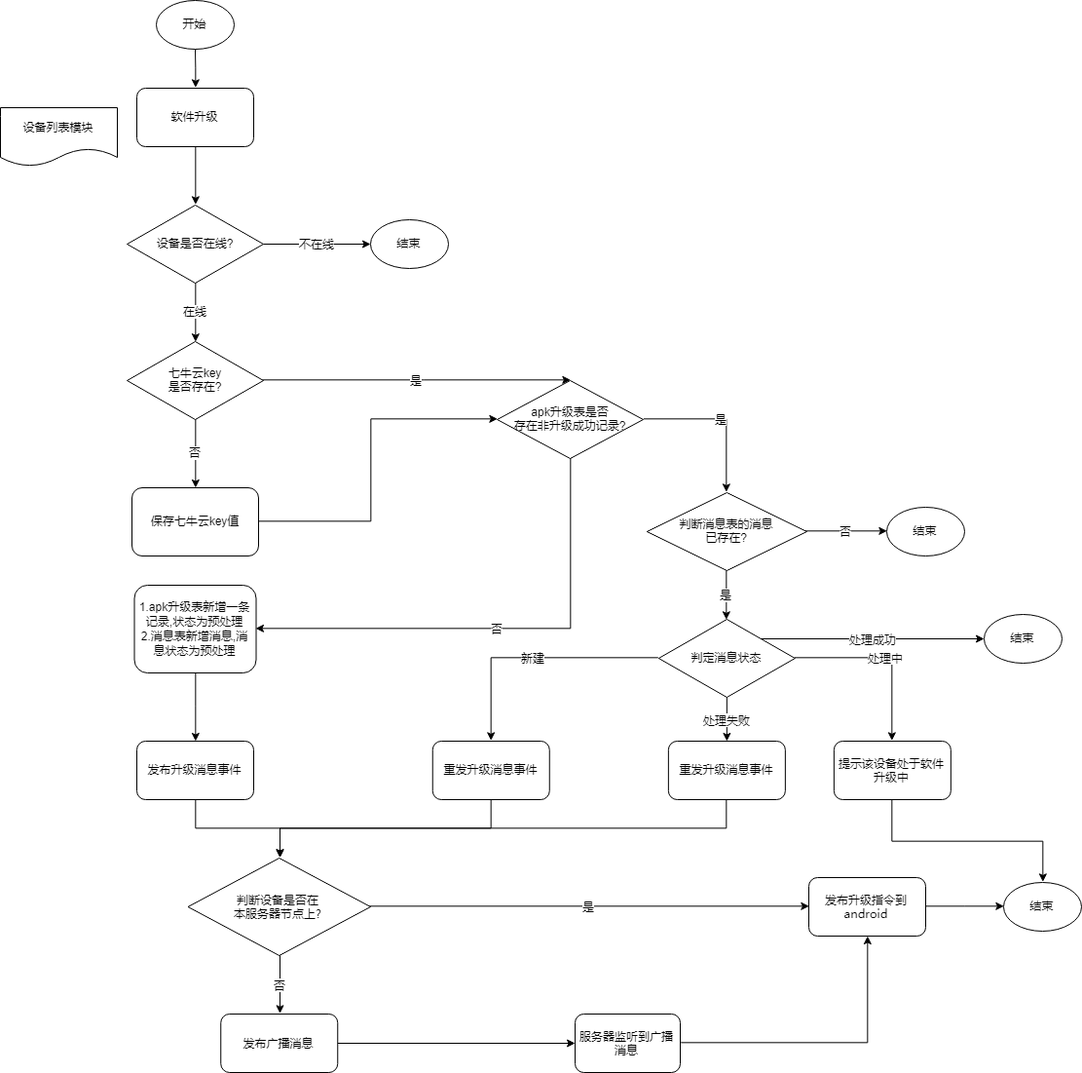
The draw.io diagram 流程图-软件升级.png in wanweikang/flowchart, before a commit. Source tidied: cells renumbered, new cells last; positions are measured from the earlier drawing's top-left corner, leaving out a move shared by most shapes.
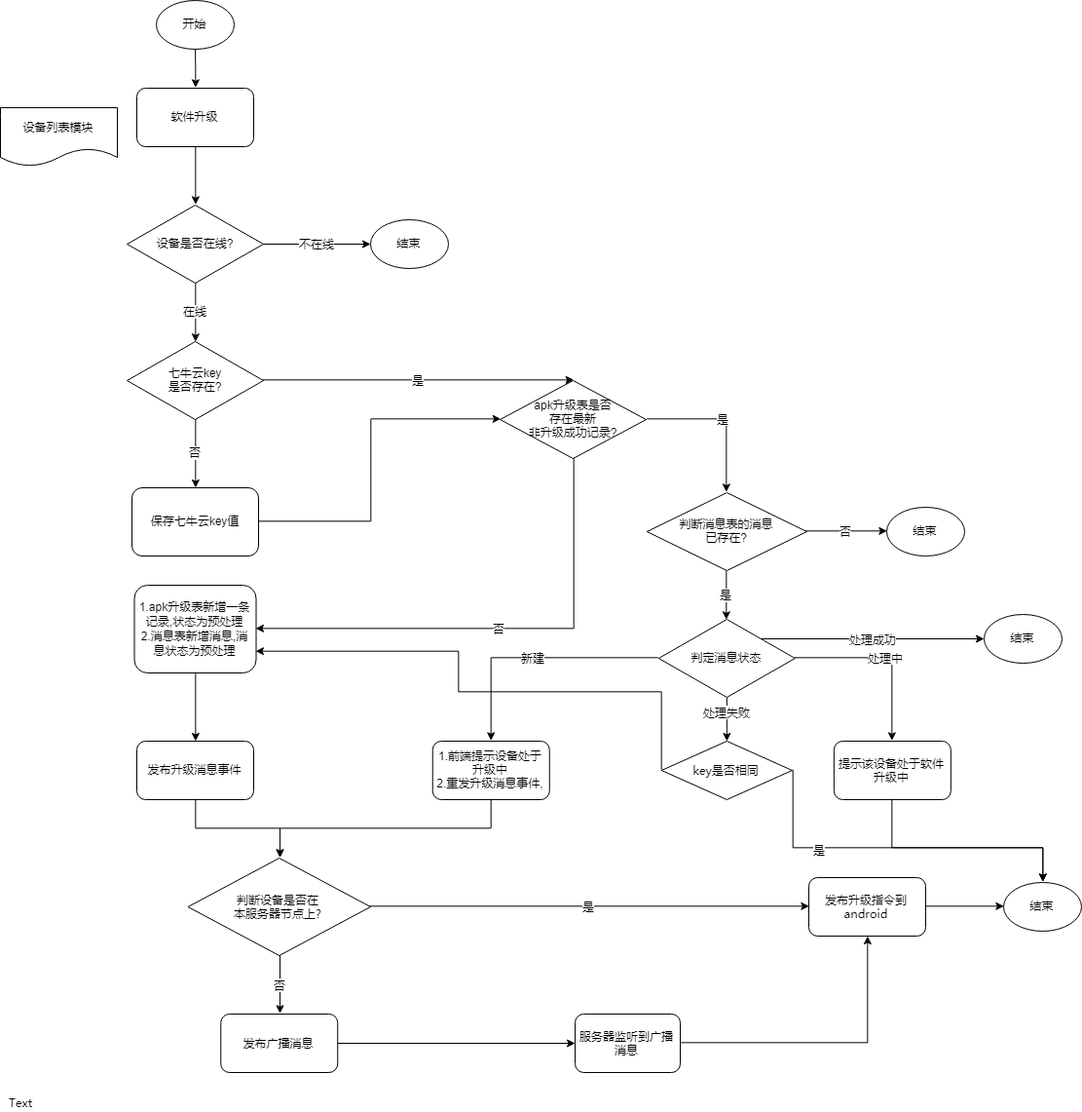
After the change.

Commit message:
Added 流程图-软件升级.png

What changed in the source:
```diff
@@ -36,8 +36,8 @@
     <mxCell id="11" value="否" style="edgeStyle=orthogonalEdgeStyle;rounded=0;jettySize=auto;html=1;exitX=0.5;exitY=1;exitDx=0;exitDy=0;entryX=1;entryY=0.5;entryDx=0;entryDy=0;fontFamily=Garamond;" parent="1" edge="1" source="12" target="47">
       <mxGeometry relative="1" as="geometry" />
     </mxCell>
-    <mxCell id="12" value="apk升级表是否&lt;br&gt;存在非升级成功记录?" style="rhombus;whiteSpace=wrap;html=1;" parent="1" vertex="1">
-      <mxGeometry x="510" y="390" width="150" height="80" as="geometry" />
+    <mxCell id="12" value="apk升级表是否&lt;br&gt;存在最新&lt;br&gt;非升级成功记录?" style="rhombus;whiteSpace=wrap;html=1;" parent="1" vertex="1">
+      <mxGeometry x="513" y="390" width="150" height="80" as="geometry" />
     </mxCell>
     <mxCell id="13" value="是" style="edgeStyle=orthogonalEdgeStyle;rounded=0;jettySize=auto;html=1;" parent="1" edge="1" source="15" target="18">
       <mxGeometry relative="1" as="geometry" />
@@ -91,17 +91,22 @@
     <mxCell id="27" style="edgeStyle=orthogonalEdgeStyle;rounded=0;jettySize=auto;html=1;exitX=0.5;exitY=1;exitDx=0;exitDy=0;entryX=0.5;entryY=0;entryDx=0;entryDy=0;fontFamily=Garamond;" parent="1" edge="1" source="28" target="38">
       <mxGeometry relative="1" as="geometry" />
     </mxCell>
-    <mxCell id="28" value="重发升级消息事件" style="rounded=1;whiteSpace=wrap;html=1;" parent="1" vertex="1">
+    <mxCell id="28" value="1.前端提示设备处于升级中&lt;br&gt;2.重发升级消息事件," style="rounded=1;whiteSpace=wrap;html=1;" parent="1" vertex="1">
       <mxGeometry x="443.8" y="760" width="120" height="60" as="geometry" />
     </mxCell>
-    <mxCell id="29" value="处理失败" style="endArrow=classic;html=1;fontFamily=Garamond;entryX=0.5;entryY=0;entryDx=0;entryDy=0;exitX=0.5;exitY=1;exitDx=0;exitDy=0;" parent="1" edge="1" source="18" target="35">
-      <mxGeometry relative="1" as="geometry" />
+    <mxCell id="29" value="处理失败" style="endArrow=classic;html=1;fontFamily=Garamond;entryX=0.5;entryY=0;entryDx=0;entryDy=0;exitX=0.5;exitY=1;exitDx=0;exitDy=0;" parent="1" edge="1" source="18" target="52">
+      <mxGeometry x="-0.33" relative="1" as="geometry" />
     </mxCell>
     <mxCell id="30" value="结束" style="ellipse;whiteSpace=wrap;html=1;" parent="1" vertex="1">
       <mxGeometry x="1010" y="630" width="80" height="50" as="geometry" />
     </mxCell>
     <mxCell id="31" style="edgeStyle=orthogonalEdgeStyle;rounded=0;jettySize=auto;html=1;exitX=0.5;exitY=1;exitDx=0;exitDy=0;entryX=0.5;entryY=0;entryDx=0;entryDy=0;fontFamily=Garamond;" parent="1" edge="1" source="32" target="45">
-      <mxGeometry relative="1" as="geometry" />
+      <mxGeometry relative="1" as="geometry">
+        <Array as="points">
+          <mxPoint x="915" y="869" />
+          <mxPoint x="1070" y="869" />
+        </Array>
+      </mxGeometry>
     </mxCell>
     <mxCell id="32" value="提示该设备处于软件升级中" style="rounded=1;whiteSpace=wrap;html=1;fontFamily=Garamond;" parent="1" vertex="1">
       <mxGeometry x="855.9" y="760" width="120" height="60" as="geometry" />
@@ -109,12 +114,6 @@
     <mxCell id="33" value="处理成功" style="endArrow=classic;html=1;fontFamily=Garamond;exitX=1;exitY=0;exitDx=0;exitDy=0;entryX=0;entryY=0.5;entryDx=0;entryDy=0;" parent="1" edge="1" source="18" target="30">
       <mxGeometry relative="1" as="geometry" />
     </mxCell>
-    <mxCell id="34" style="edgeStyle=orthogonalEdgeStyle;rounded=0;jettySize=auto;html=1;exitX=0.5;exitY=1;exitDx=0;exitDy=0;entryX=0.5;entryY=0;entryDx=0;entryDy=0;fontFamily=Garamond;" parent="1" edge="1" source="35" target="38">
-      <mxGeometry relative="1" as="geometry" />
-    </mxCell>
-    <mxCell id="35" value="重发升级消息事件" style="rounded=1;whiteSpace=wrap;html=1;" parent="1" vertex="1">
-      <mxGeometry x="685.9" y="760" width="120" height="60" as="geometry" />
-    </mxCell>
     <mxCell id="36" value="否" style="edgeStyle=orthogonalEdgeStyle;rounded=0;jettySize=auto;html=1;fontFamily=Garamond;entryX=0.5;entryY=0;entryDx=0;entryDy=0;" parent="1" edge="1" source="38" target="40">
       <mxGeometry relative="1" as="geometry" />
     </mxCell>
@@ -154,5 +153,33 @@
     <mxCell id="48" value="结束" style="ellipse;whiteSpace=wrap;html=1;" parent="1" vertex="1">
       <mxGeometry x="910" y="520" width="80" height="50" as="geometry" />
     </mxCell>
+    <mxCell id="49" style="edgeStyle=orthogonalEdgeStyle;rounded=0;jettySize=auto;html=1;exitX=1;exitY=0.5;exitDx=0;exitDy=0;entryX=0.5;entryY=0;entryDx=0;entryDy=0;fontFamily=Garamond;" parent="1" edge="1" source="52" target="45">
+      <mxGeometry relative="1" as="geometry">
+        <Array as="points">
+          <mxPoint x="814" y="869" />
+          <mxPoint x="1070" y="869" />
+        </Array>
+      </mxGeometry>
+    </mxCell>
+    <mxCell id="50" value="是" style="text;html=1;align=center;verticalAlign=middle;labelBackgroundColor=#ffffff;fontFamily=Garamond;" parent="49" vertex="1">
+      <mxGeometry x="-0.57" y="18" relative="1" as="geometry">
+        <mxPoint x="26.3" y="18.7" as="offset" />
+      </mxGeometry>
+    </mxCell>
+    <mxCell id="51" style="edgeStyle=orthogonalEdgeStyle;rounded=0;jettySize=auto;html=1;exitX=0;exitY=0.5;exitDx=0;exitDy=0;entryX=1;entryY=0.75;entryDx=0;entryDy=0;fontFamily=Garamond;" parent="1" edge="1" source="52" target="47">
+      <mxGeometry relative="1" as="geometry">
+        <Array as="points">
+          <mxPoint x="679" y="709" />
+          <mxPoint x="470" y="709" />
+          <mxPoint x="470" y="668" />
+        </Array>
+      </mxGeometry>
+    </mxCell>
+    <mxCell id="52" value="key是否相同" style="rhombus;whiteSpace=wrap;html=1;fontFamily=Garamond;" parent="1" vertex="1">
+      <mxGeometry x="678.8" y="760" width="134.1" height="60" as="geometry" />
+    </mxCell>
+    <mxCell id="53" value="Text" style="text;html=1;strokeColor=none;fillColor=none;align=center;verticalAlign=middle;whiteSpace=wrap;rounded=0;fontFamily=Garamond;" parent="1" vertex="1">
+      <mxGeometry y="1120" width="40" height="20" as="geometry" />
+    </mxCell>
   </root>
 </mxGraphModel>
```
